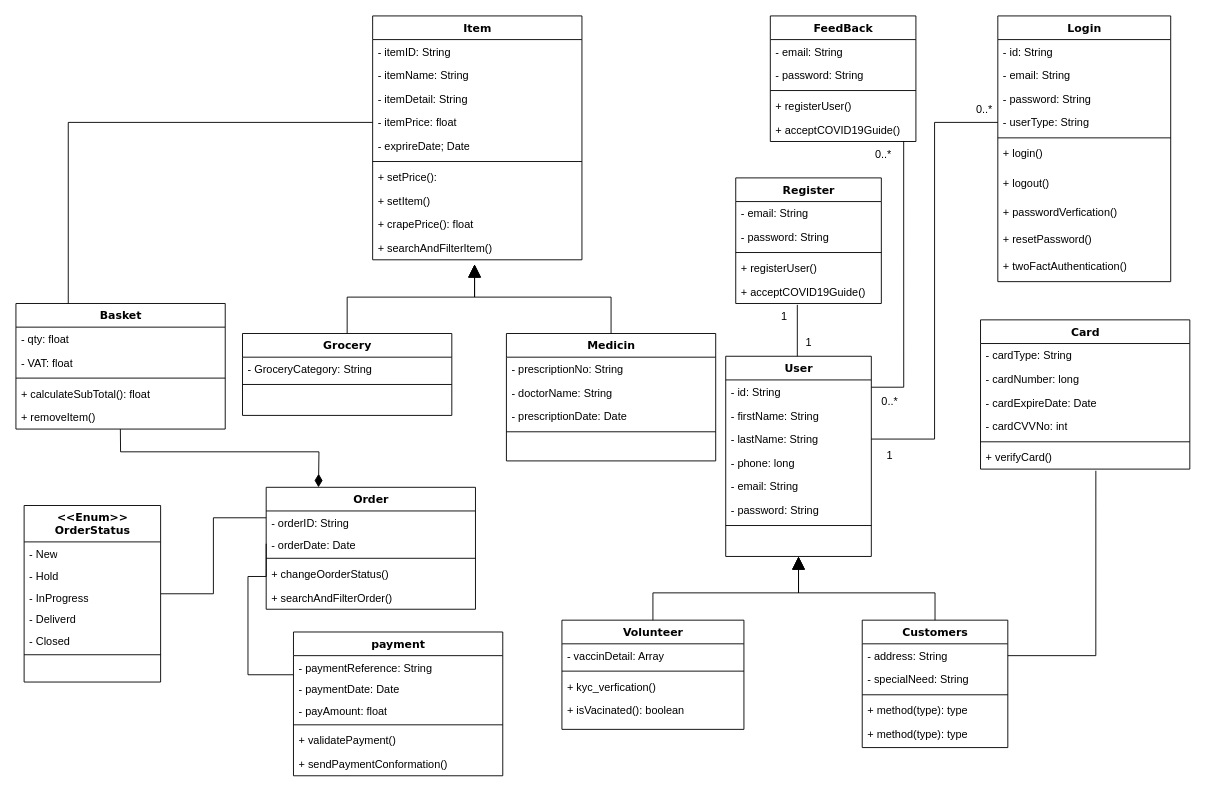
Earlier version of the draw.io diagram Soft40091 CWK - Class Diagram.drawio (AnjeloM/AnjeloM). Source tidied: cells renumbered, new cells numbered last; positions are measured from the earlier drawing's top-left corner, leaving out a move shared by most shapes. Both pictures are drawn from the tidied source at 91%, with x=0, y=0 at pixel (15, 15).
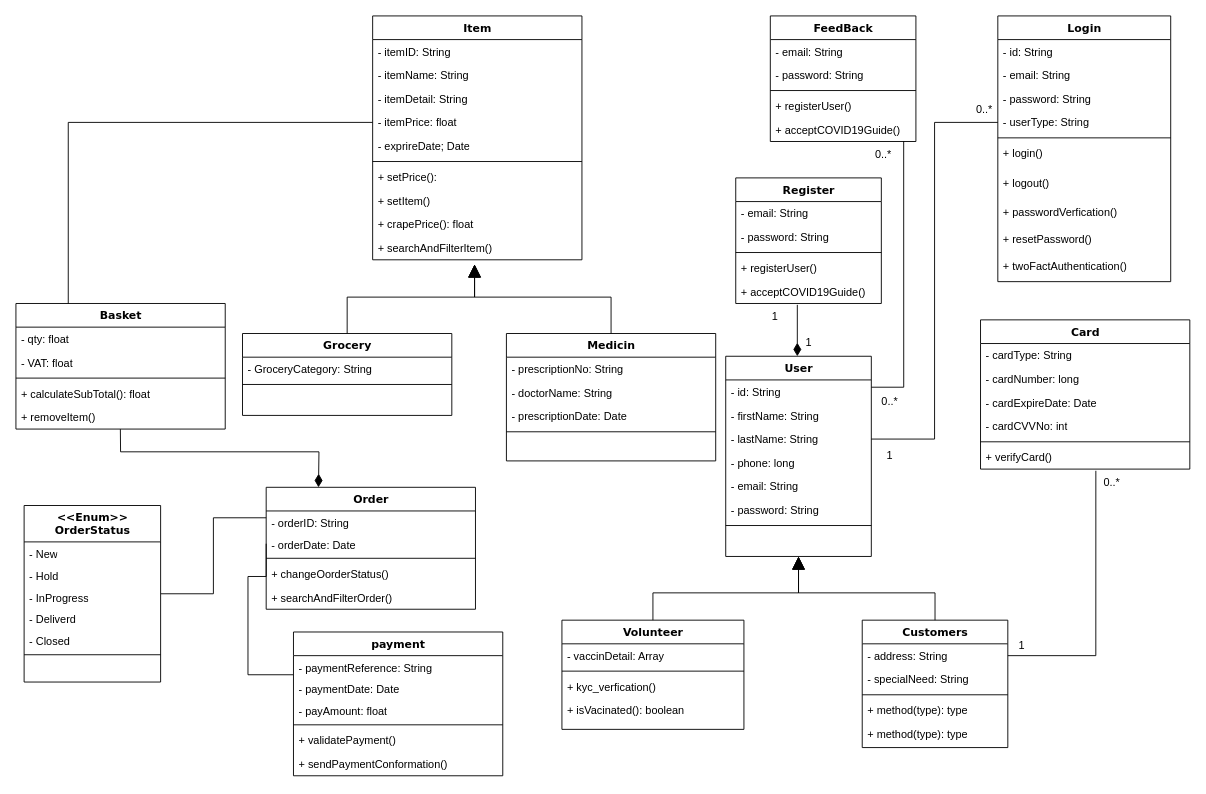
After the change.

The change refers to these unchanged cells:
```xml
<mxCell id="2" value="User" style="swimlane;html=1;fontStyle=1;align=center;verticalAlign=top;horizontal=1;startSize=26;swimlaneFillColor=#ffffff;rounded=0;shadow=0;comic=0;labelBackgroundColor=none;strokeWidth=1;fillColor=none;fontFamily=Verdana;fontSize=12;" parent="1" vertex="1">
  <mxGeometry x="780" y="374" width="160" height="220" as="geometry" />
</mxCell>
<mxCell id="46" value="+ acceptCOVID19Guide()" style="text;html=1;strokeColor=none;fillColor=none;align=left;verticalAlign=top;spacingLeft=4;spacingRight=4;whiteSpace=wrap;overflow=hidden;points=[[0,0.5],[1,0.5]];portConstraint=eastwest;" parent="41" vertex="1">
  <mxGeometry y="112" width="160" height="26" as="geometry" />
</mxCell>
```

Diff of the diagram source:
```diff
@@
-    <mxCell id="109" style="edgeStyle=orthogonalEdgeStyle;rounded=0;jettySize=auto;html=1;entryX=0.423;entryY=1.057;entryDx=0;entryDy=0;entryPerimeter=0;endArrow=none;endFill=0;" parent="1" edge="1" source="2" target="46">
+    <mxCell id="109" style="edgeStyle=orthogonalEdgeStyle;rounded=0;jettySize=auto;html=1;entryX=0.423;entryY=1.057;entryDx=0;entryDy=0;entryPerimeter=0;endArrow=none;endFill=0;endSize=12;startArrow=diamondThin;startFill=1;startSize=12;" parent="1" edge="1" source="2" target="46">
       <mxGeometry relative="1" as="geometry">
         <Array as="points">
           <mxPoint x="859" y="317" />
         </Array>
       </mxGeometry>
     </mxCell>
@@
     <mxCell id="111" value="1" style="text;html=1;align=center;verticalAlign=middle;strokeColor=none;fillColor=none;" parent="1" vertex="1">
-      <mxGeometry x="829" y="316" width="30" height="30" as="geometry" />
+      <mxGeometry x="819" y="316" width="30" height="30" as="geometry" />
     </mxCell>
@@
+    <mxCell id="117" value="1" style="text;html=1;align=center;verticalAlign=middle;strokeColor=none;fillColor=none;" parent="1" vertex="1">
+      <mxGeometry x="1090" y="677" width="30" height="30" as="geometry" />
+    </mxCell>
+    <mxCell id="118" value="0..*" style="text;html=1;align=center;verticalAlign=middle;strokeColor=none;fillColor=none;" parent="1" vertex="1">
+      <mxGeometry x="1184" y="498" width="40" height="30" as="geometry" />
+    </mxCell>
```
